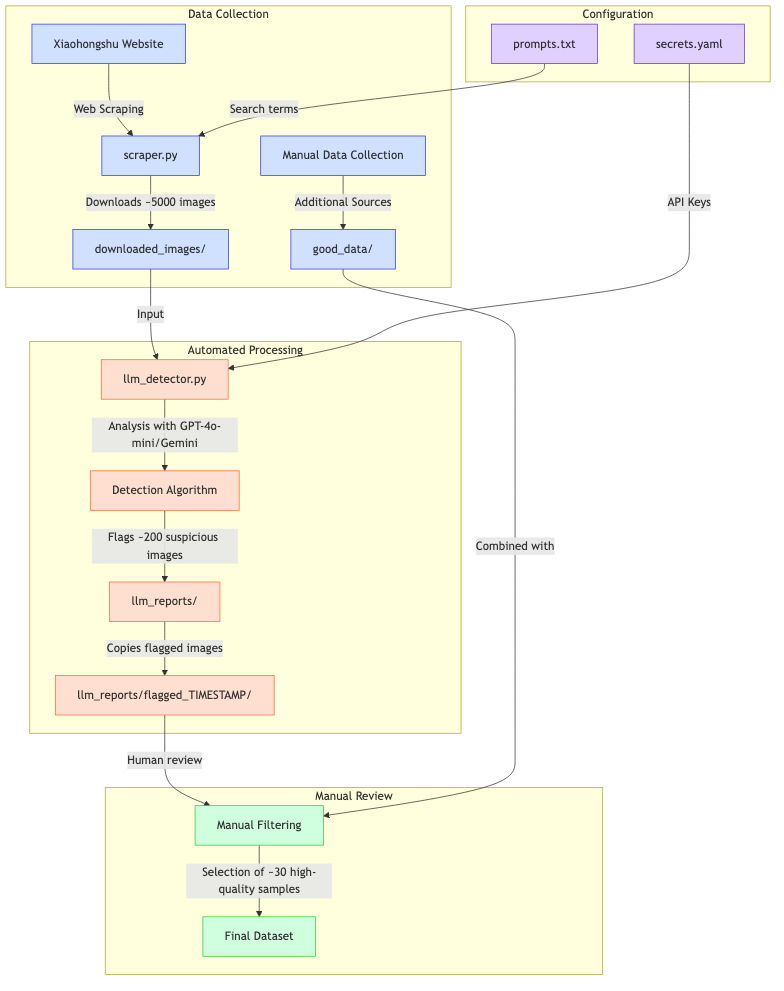
Earlier version of the Mermaid export architecture_diagrams/data_pipeline.png (RohilKalra/Rednote_Project). Its source is kept beside it as architecture_diagrams/data_pipeline.mmd.
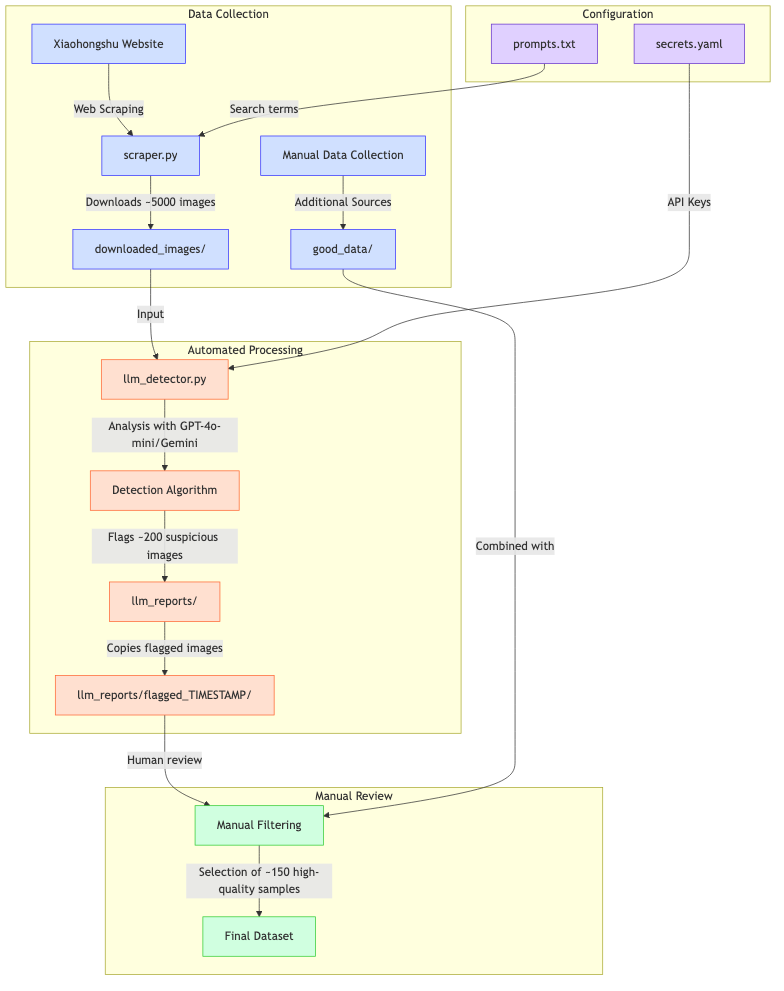
The same file after the commit.

What changed in the source:
```diff
@@ -15,7 +15,7 @@
     subgraph Manual Review
         G -->|Human review| H[Manual Filtering]
         N -->|Combined with| H
-        H -->|Selection of ~30 high-quality samples| I[Final Dataset]
+        H -->|Selection of ~150 high-quality samples| I[Final Dataset]
     end
 
     subgraph Configuration
```
